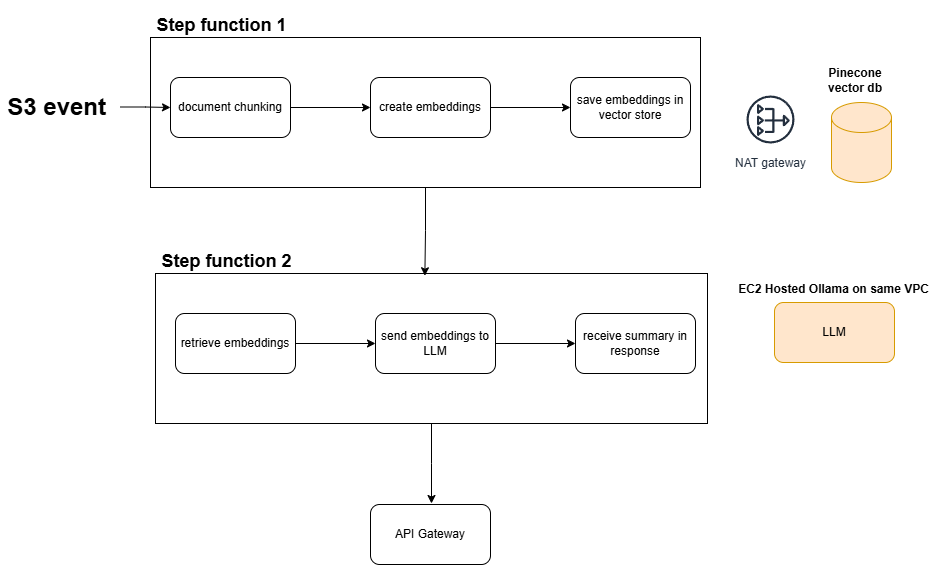
Before: rag.png, a diagram exported from draw.io (emmaahmads/emmaahmads.github.io). Source tidied: cells renumbered, new cells last; positions are measured from the earlier drawing's top-left corner, leaving out a move shared by most shapes.
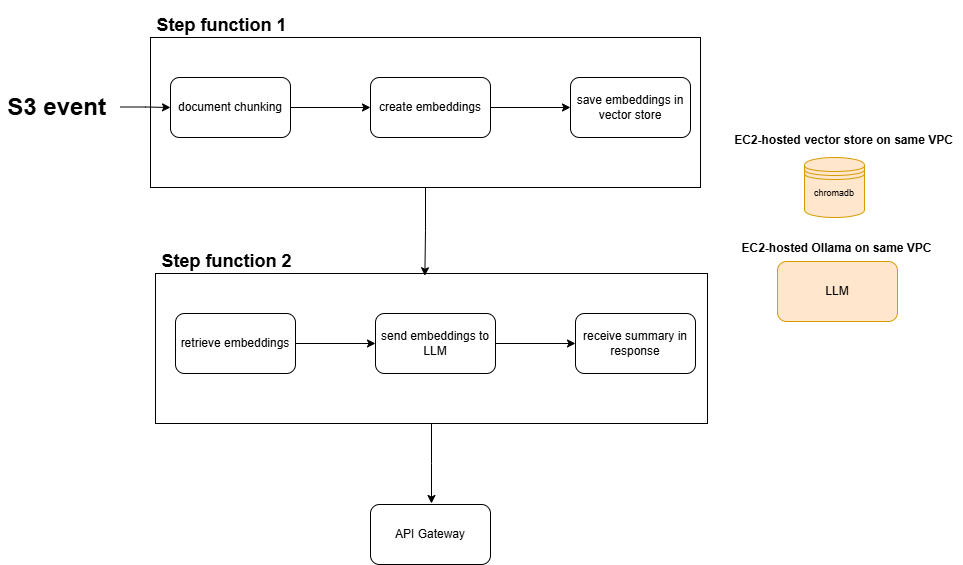
The same file after the commit.

Diff of the diagram source:
```diff
@@ -58,23 +58,23 @@
     <mxCell id="19" style="edgeStyle=orthogonalEdgeStyle;rounded=0;jettySize=auto;html=1;entryX=0.488;entryY=0.015;entryDx=0;entryDy=0;entryPerimeter=0;" parent="1" edge="1" source="2" target="11">
       <mxGeometry relative="1" as="geometry" />
     </mxCell>
-    <mxCell id="20" style="shape=cylinder3;whiteSpace=wrap;html=1;boundedLbl=1;backgroundOutline=1;size=15;fillColor=#ffe6cc;strokeColor=#d79b00;" parent="1" vertex="1">
-      <mxGeometry x="831" y="92" width="60" height="80" as="geometry" />
-    </mxCell>
-    <mxCell id="21" value="&lt;b&gt;Pinecone vector db&lt;/b&gt;" style="text;html=1;align=center;verticalAlign=middle;whiteSpace=wrap;rounded=0;" parent="1" vertex="1">
-      <mxGeometry x="825" y="55" width="60" height="30" as="geometry" />
-    </mxCell>
     <mxCell id="22" value="LLM" style="rounded=1;whiteSpace=wrap;html=1;fillColor=#ffe6cc;strokeColor=#d79b00;" parent="1" vertex="1">
-      <mxGeometry x="774" y="292" width="120" height="60" as="geometry" />
+      <mxGeometry x="777" y="251" width="120" height="60" as="geometry" />
     </mxCell>
-    <mxCell id="23" value="&lt;b&gt;EC2 Hosted Ollama on same VPC&lt;/b&gt;" style="text;html=1;align=center;verticalAlign=middle;" parent="1" vertex="1">
-      <mxGeometry x="728" y="264" width="210" height="30" as="geometry" />
+    <mxCell id="23" value="&lt;b&gt;EC2-hosted Ollama on same VPC&lt;/b&gt;" style="text;html=1;align=center;verticalAlign=middle;" parent="1" vertex="1">
+      <mxGeometry x="731" y="223" width="210" height="30" as="geometry" />
     </mxCell>
     <mxCell id="24" value="&lt;span style=&quot;background-color: transparent; color: light-dark(rgb(0, 0, 0), rgb(255, 255, 255));&quot;&gt;API Gateway&lt;/span&gt;" style="rounded=1;whiteSpace=wrap;html=1;" parent="1" vertex="1">
       <mxGeometry x="370" y="494" width="120" height="60" as="geometry" />
     </mxCell>
-    <mxCell id="25" value="NAT gateway" style="sketch=0;fontColor=#232F3E;gradientColor=none;strokeColor=#232F3E;fillColor=#ffffff;dashed=0;verticalLabelPosition=bottom;verticalAlign=top;align=center;html=1;fontSize=12;fontStyle=0;shape=mxgraph.aws4.resourceIcon;resIcon=mxgraph.aws4.nat_gateway;" parent="1" vertex="1">
-      <mxGeometry x="740" y="79" width="60" height="60" as="geometry" />
-    </mxCell>
+    <mxCell id="26" style="shape=datastore;whiteSpace=wrap;html=1;fillColor=#ffe6cc;strokeColor=#d79b00;" parent="1" vertex="1">
+      <mxGeometry x="804" y="147" width="60" height="60" as="geometry" />
+    </mxCell>
+    <mxCell id="27" value="&lt;b&gt;EC2-hosted vector store on same VPC&lt;/b&gt;" style="text;html=1;align=center;verticalAlign=middle;" parent="1" vertex="1">
+      <mxGeometry x="723" y="115" width="240" height="30" as="geometry" />
+    </mxCell>
+    <mxCell id="28" value="&lt;font style=&quot;font-size: 9px;&quot;&gt;chromadb&lt;/font&gt;" style="text;html=1;align=center;verticalAlign=middle;whiteSpace=wrap;rounded=0;" parent="1" vertex="1">
+      <mxGeometry x="804" y="167" width="60" height="30" as="geometry" />
+    </mxCell>
   </root>
 </mxGraphModel>
```
